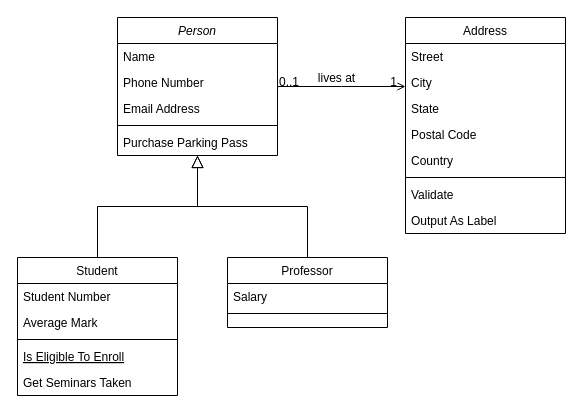
This is APT.drawio from Srujan560/temo, a draw.io file, before an edit. Source tidied: cells renumbered, new cells numbered last; positions are measured from the earlier drawing's top-left corner, leaving out a move shared by most shapes. Both pictures are drawn from the tidied source at 100%, with x=0, y=0 at pixel (17, 17).
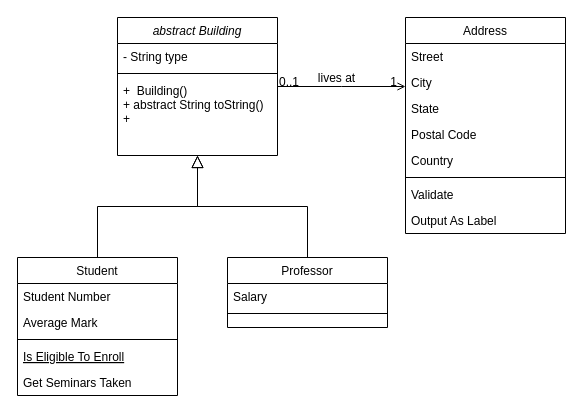
After the change.

Diff of the diagram source:
```diff
@@
-    <mxCell id="2" value="Person" style="swimlane;fontStyle=2;align=center;verticalAlign=top;horizontal=1;startSize=26;rounded=0;shadow=0;strokeWidth=1;" parent="1" vertex="1">
+    <mxCell id="2" value="abstract Building" style="swimlane;fontStyle=2;align=center;verticalAlign=top;horizontal=1;startSize=26;rounded=0;shadow=0;strokeWidth=1;" parent="1" vertex="1">
       <mxGeometry x="100" width="160" height="138" as="geometry" />
     </mxCell>
-    <mxCell id="3" value="Name" style="text;align=left;verticalAlign=top;spacingLeft=4;spacingRight=4;overflow=hidden;" parent="2" vertex="1">
+    <mxCell id="3" value="- String type" style="text;align=left;verticalAlign=top;spacingLeft=4;spacingRight=4;overflow=hidden;" parent="2" vertex="1">
       <mxGeometry y="26" width="160" height="26" as="geometry" />
     </mxCell>
-    <mxCell id="4" value="Phone Number" style="text;align=left;verticalAlign=top;spacingLeft=4;spacingRight=4;overflow=hidden;rounded=0;shadow=0;html=0;" parent="2" vertex="1">
-      <mxGeometry y="52" width="160" height="26" as="geometry" />
-    </mxCell>
-    <mxCell id="5" value="Email Address" style="text;align=left;verticalAlign=top;spacingLeft=4;spacingRight=4;overflow=hidden;rounded=0;shadow=0;html=0;" parent="2" vertex="1">
-      <mxGeometry y="78" width="160" height="26" as="geometry" />
-    </mxCell>
     <mxCell id="6" style="line;html=1;strokeWidth=1;align=left;verticalAlign=middle;spacingTop=-1;spacingLeft=3;spacingRight=3;labelPosition=right;" parent="2" vertex="1">
-      <mxGeometry y="104" width="160" height="8" as="geometry" />
+      <mxGeometry y="52" width="160" height="8" as="geometry" />
     </mxCell>
-    <mxCell id="7" value="Purchase Parking Pass" style="text;align=left;verticalAlign=top;spacingLeft=4;spacingRight=4;overflow=hidden;" parent="2" vertex="1">
-      <mxGeometry y="112" width="160" height="26" as="geometry" />
+    <mxCell id="7" value="+  Building()&#10;+ abstract String toString()&#10;+ " style="text;align=left;verticalAlign=top;spacingLeft=4;spacingRight=4;overflow=hidden;" parent="2" vertex="1">
+      <mxGeometry y="60" width="160" height="70" as="geometry" />
     </mxCell>
```
